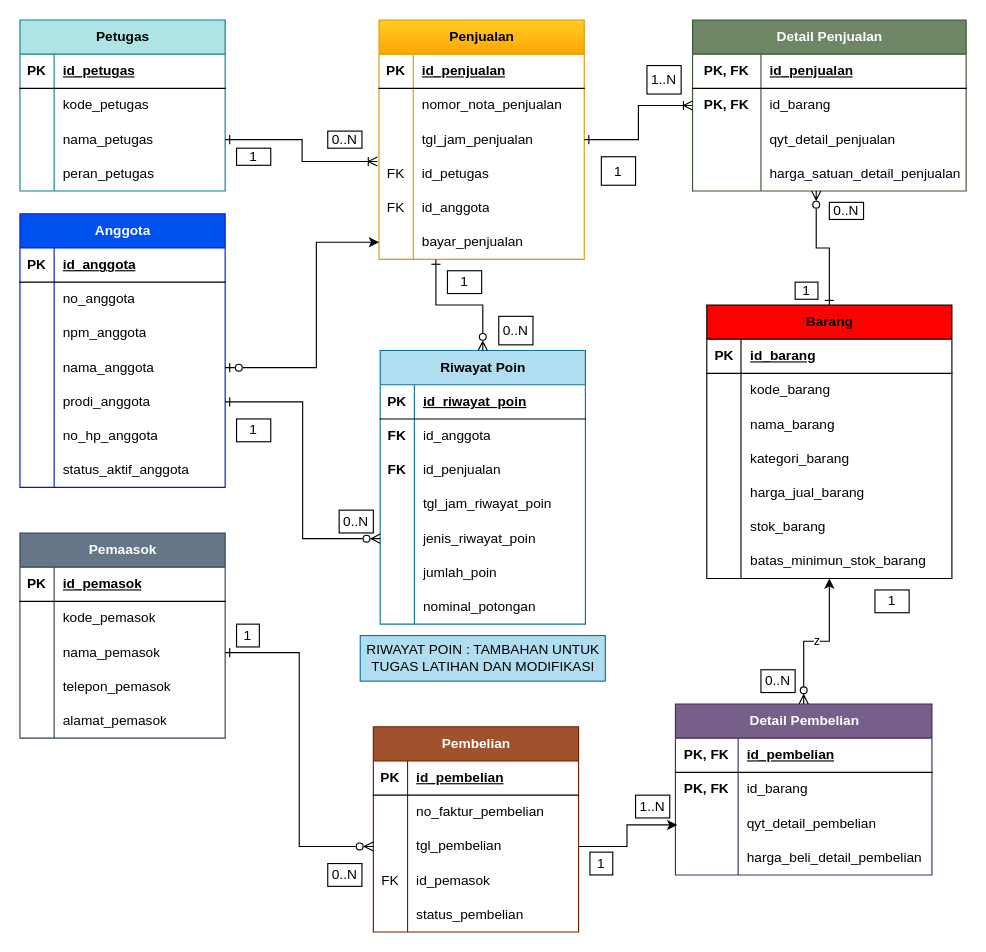
Before: p03_erd_kopma_25430106.drawio in mufidfalihhuda-afk/basisdata--25430106-, a draw.io diagram. Source tidied: cells renumbered, new cells numbered last; positions are measured from the earlier drawing's top-left corner, leaving out a move shared by most shapes. Both pictures are drawn from the tidied source at 114%, with x=0, y=0 at pixel (19, 19).
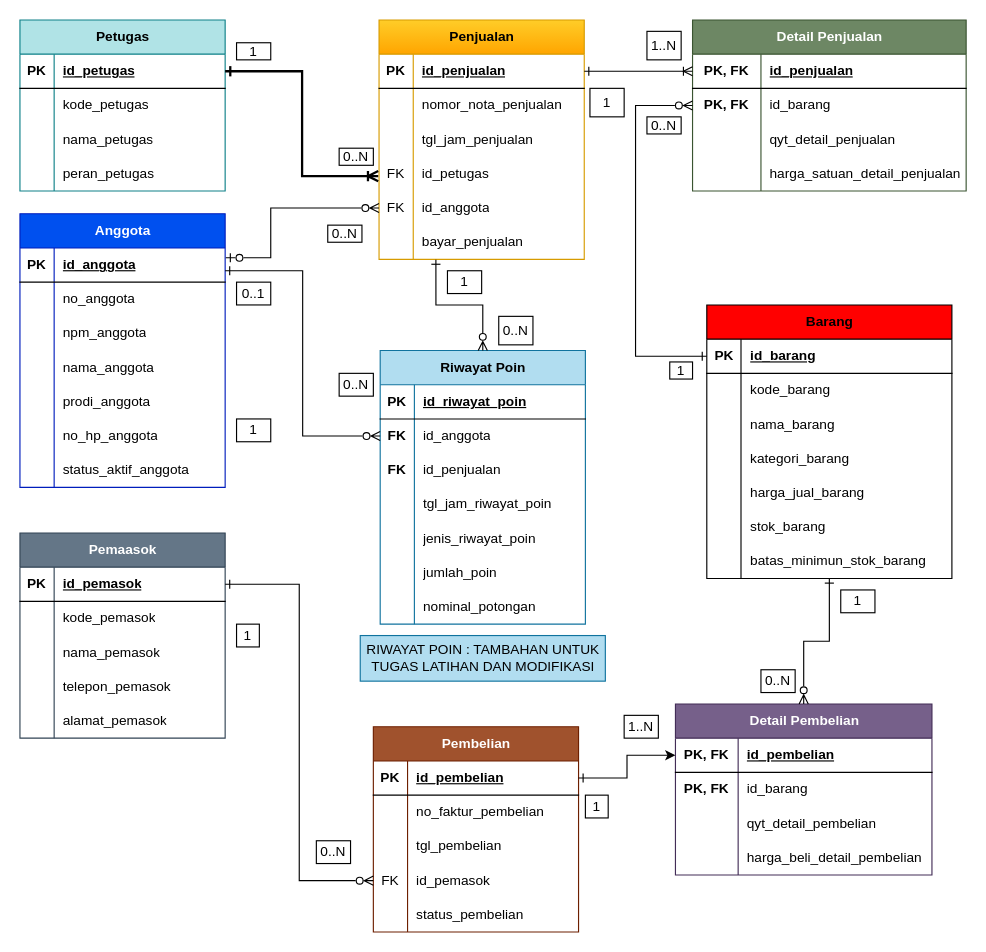
The same diagram, later.

Commit message (it also covers changes not shown here):
p04: normalisasi proyek (perpus)

The change refers to these unchanged cells:
```xml
<mxCell id="3" style="shape=tableRow;horizontal=0;startSize=0;swimlaneHead=0;swimlaneBody=0;fillColor=none;points=[[0,0.5],[1,0.5]];portConstraint=eastwest;top=0;left=0;right=0;bottom=1;" parent="2" vertex="1">
<mxCell id="12" style="shape=tableRow;horizontal=0;startSize=0;swimlaneHead=0;swimlaneBody=0;fillColor=none;points=[[0,0.5],[1,0.5]];portConstraint=eastwest;top=0;left=0;right=0;bottom=0;" parent="2" vertex="1">
<mxCell id="15" style="shape=tableRow;horizontal=0;startSize=0;swimlaneHead=0;swimlaneBody=0;fillColor=none;points=[[0,0.5],[1,0.5]];portConstraint=eastwest;top=0;left=0;right=0;bottom=0;" parent="2" vertex="1">
<mxCell id="24" value="Barang" style="shape=table;startSize=30;childLayout=tableLayout;rowLines=0;fontStyle=1;align=center;html=1;fillColor=light-dark(#FF0000,#FF0000);" parent="1" vertex="1">
<mxCell id="25" style="shape=tableRow;horizontal=0;startSize=0;swimlaneHead=0;swimlaneBody=0;fillColor=none;points=[[0,0.5],[1,0.5]];portConstraint=eastwest;top=0;left=0;right=0;bottom=1;" parent="24" vertex="1">
<mxCell id="43" style="shape=tableRow;horizontal=0;startSize=0;swimlaneHead=0;swimlaneBody=0;fillColor=none;points=[[0,0.5],[1,0.5]];portConstraint=eastwest;top=0;left=0;right=0;bottom=0;" parent="24" vertex="1">
<mxCell id="47" style="shape=tableRow;horizontal=0;startSize=0;swimlaneHead=0;swimlaneBody=0;fillColor=none;points=[[0,0.5],[1,0.5]];portConstraint=eastwest;top=0;left=0;right=0;bottom=1;" parent="46" vertex="1">
<mxCell id="53" style="shape=tableRow;horizontal=0;startSize=0;swimlaneHead=0;swimlaneBody=0;fillColor=none;points=[[0,0.5],[1,0.5]];portConstraint=eastwest;top=0;left=0;right=0;bottom=0;" parent="46" vertex="1">
<mxCell id="56" style="shape=tableRow;horizontal=0;startSize=0;swimlaneHead=0;swimlaneBody=0;fillColor=none;points=[[0,0.5],[1,0.5]];portConstraint=eastwest;top=0;left=0;right=0;bottom=0;" parent="46" vertex="1">
<mxCell id="59" style="shape=tableRow;horizontal=0;startSize=0;swimlaneHead=0;swimlaneBody=0;fillColor=none;points=[[0,0.5],[1,0.5]];portConstraint=eastwest;top=0;left=0;right=0;bottom=0;" parent="46" vertex="1">
<mxCell id="62" style="shape=tableRow;horizontal=0;startSize=0;swimlaneHead=0;swimlaneBody=0;fillColor=none;points=[[0,0.5],[1,0.5]];portConstraint=eastwest;top=0;left=0;right=0;bottom=0;" parent="46" vertex="1">
<mxCell id="66" style="shape=tableRow;horizontal=0;startSize=0;swimlaneHead=0;swimlaneBody=0;fillColor=none;points=[[0,0.5],[1,0.5]];portConstraint=eastwest;top=0;left=0;right=0;bottom=1;" parent="65" vertex="1">
<mxCell id="72" style="shape=tableRow;horizontal=0;startSize=0;swimlaneHead=0;swimlaneBody=0;fillColor=none;points=[[0,0.5],[1,0.5]];portConstraint=eastwest;top=0;left=0;right=0;bottom=0;" parent="65" vertex="1">
<mxCell id="82" style="shape=tableRow;horizontal=0;startSize=0;swimlaneHead=0;swimlaneBody=0;fillColor=none;points=[[0,0.5],[1,0.5]];portConstraint=eastwest;top=0;left=0;right=0;bottom=1;" parent="81" vertex="1">
<mxCell id="88" style="shape=tableRow;horizontal=0;startSize=0;swimlaneHead=0;swimlaneBody=0;fillColor=none;points=[[0,0.5],[1,0.5]];portConstraint=eastwest;top=0;left=0;right=0;bottom=0;" parent="81" vertex="1">
<mxCell id="94" value="Detail Penjualan" style="shape=table;startSize=30;childLayout=tableLayout;rowLines=0;fontStyle=1;align=center;html=1;fillColor=#6d8764;strokeColor=#3A5431;fontColor=#ffffff;" parent="1" vertex="1">
<mxCell id="95" style="shape=tableRow;horizontal=0;startSize=0;swimlaneHead=0;swimlaneBody=0;fillColor=none;points=[[0,0.5],[1,0.5]];portConstraint=eastwest;top=0;left=0;right=0;bottom=1;" parent="94" vertex="1">
<mxCell id="98" style="shape=tableRow;horizontal=0;startSize=0;swimlaneHead=0;swimlaneBody=0;fillColor=none;points=[[0,0.5],[1,0.5]];portConstraint=eastwest;top=0;left=0;right=0;bottom=0;" parent="94" vertex="1">
<mxCell id="104" style="shape=tableRow;horizontal=0;startSize=0;swimlaneHead=0;swimlaneBody=0;fillColor=none;points=[[0,0.5],[1,0.5]];portConstraint=eastwest;top=0;left=0;right=0;bottom=0;" parent="94" vertex="1">
<mxCell id="108" style="shape=tableRow;horizontal=0;startSize=0;swimlaneHead=0;swimlaneBody=0;fillColor=none;points=[[0,0.5],[1,0.5]];portConstraint=eastwest;top=0;left=0;right=0;bottom=1;" parent="107" vertex="1">
<mxCell id="114" style="shape=tableRow;horizontal=0;startSize=0;swimlaneHead=0;swimlaneBody=0;fillColor=none;points=[[0,0.5],[1,0.5]];portConstraint=eastwest;top=0;left=0;right=0;bottom=0;" parent="107" vertex="1">
<mxCell id="117" style="shape=tableRow;horizontal=0;startSize=0;swimlaneHead=0;swimlaneBody=0;fillColor=none;points=[[0,0.5],[1,0.5]];portConstraint=eastwest;top=0;left=0;right=0;bottom=0;" parent="107" vertex="1">
<mxCell id="123" value="Detail Pembelian" style="shape=table;startSize=30;childLayout=tableLayout;rowLines=0;fontStyle=1;align=center;html=1;fillColor=#76608a;fontColor=#ffffff;strokeColor=#432D57;" parent="1" vertex="1">
<mxCell id="124" style="shape=tableRow;horizontal=0;startSize=0;swimlaneHead=0;swimlaneBody=0;fillColor=none;points=[[0,0.5],[1,0.5]];portConstraint=eastwest;top=0;left=0;right=0;bottom=1;" parent="123" vertex="1">
<mxCell id="130" style="shape=tableRow;horizontal=0;startSize=0;swimlaneHead=0;swimlaneBody=0;fillColor=none;points=[[0,0.5],[1,0.5]];portConstraint=eastwest;top=0;left=0;right=0;bottom=0;" parent="123" vertex="1">
<mxCell id="157" style="shape=tableRow;horizontal=0;startSize=0;swimlaneHead=0;swimlaneBody=0;fillColor=none;points=[[0,0.5],[1,0.5]];portConstraint=eastwest;top=0;left=0;right=0;bottom=0;" parent="153" vertex="1">
<mxCell id="166" style="shape=tableRow;horizontal=0;startSize=0;swimlaneHead=0;swimlaneBody=0;fillColor=none;points=[[0,0.5],[1,0.5]];portConstraint=eastwest;top=0;left=0;right=0;bottom=0;" parent="153" vertex="1">
```

Diff of the diagram source:
```diff
@@
-    <mxCell id="136" style="edgeStyle=orthogonalEdgeStyle;rounded=0;jettySize=auto;html=1;exitX=1;exitY=0.5;exitDx=0;exitDy=0;entryX=-0.008;entryY=0.138;entryDx=0;entryDy=0;entryPerimeter=0;startArrow=ERone;startFill=0;endArrow=ERoneToMany;endFill=0;" parent="1" edge="1" source="88" target="56">
-      <mxGeometry relative="1" as="geometry" />
+    <mxCell id="136" style="edgeStyle=orthogonalEdgeStyle;rounded=0;jettySize=auto;html=1;exitX=1;exitY=0.5;exitDx=0;exitDy=0;entryX=-0.004;entryY=0.567;entryDx=0;entryDy=0;entryPerimeter=0;startArrow=ERone;startFill=0;endArrow=ERoneToMany;endFill=0;fontSize=12;strokeWidth=2;" parent="1" edge="1" source="82" target="56">
+      <mxGeometry x="0.2" relative="1" as="geometry" />
     </mxCell>
-    <mxCell id="137" style="edgeStyle=orthogonalEdgeStyle;rounded=0;jettySize=auto;html=1;exitX=1;exitY=0.5;exitDx=0;exitDy=0;startArrow=ERzeroToOne;startFill=0;" parent="1" edge="1" source="12" target="62">
-      <mxGeometry relative="1" as="geometry">
+    <mxCell id="137" style="edgeStyle=orthogonalEdgeStyle;rounded=0;jettySize=auto;html=1;exitX=1.003;exitY=0.288;exitDx=0;exitDy=0;startArrow=ERzeroToOne;startFill=0;exitPerimeter=0;entryX=0;entryY=0.5;entryDx=0;entryDy=0;endArrow=ERzeroToMany;endFill=0;" parent="1" edge="1" source="3" target="59">
+      <mxGeometry x="-0.36" relative="1" as="geometry">
         <Array as="points">
-          <mxPoint x="260" y="305" />
-          <mxPoint x="260" y="195" />
+          <mxPoint x="220" y="208.6" />
+          <mxPoint x="220" y="165" />
         </Array>
       </mxGeometry>
     </mxCell>
-    <mxCell id="138" style="edgeStyle=orthogonalEdgeStyle;rounded=0;jettySize=auto;html=1;exitX=1;exitY=0.5;exitDx=0;exitDy=0;entryX=0;entryY=0.5;entryDx=0;entryDy=0;startArrow=ERone;startFill=0;endArrow=ERoneToMany;endFill=0;" parent="1" edge="1" source="53" target="94">
+    <mxCell id="138" style="edgeStyle=orthogonalEdgeStyle;rounded=0;jettySize=auto;html=1;exitX=1;exitY=0.5;exitDx=0;exitDy=0;startArrow=ERone;startFill=0;endArrow=ERoneToMany;endFill=0;" parent="1" edge="1" source="47" target="95">
       <mxGeometry relative="1" as="geometry" />
     </mxCell>
     <mxCell id="139" value="1" style="whiteSpace=wrap;html=1;" parent="1" vertex="1">
-      <mxGeometry x="510" y="120" width="30" height="25" as="geometry" />
+      <mxGeometry x="500" y="60" width="30" height="25" as="geometry" />
     </mxCell>
     <mxCell id="140" value="1..N" style="whiteSpace=wrap;html=1;" parent="1" vertex="1">
-      <mxGeometry x="550" y="40" width="30" height="25" as="geometry" />
+      <mxGeometry x="550" y="10" width="30" height="25" as="geometry" />
     </mxCell>
-    <mxCell id="141" style="edgeStyle=orthogonalEdgeStyle;rounded=0;jettySize=auto;html=1;entryX=0.452;entryY=1;entryDx=0;entryDy=0;entryPerimeter=0;startArrow=ERone;startFill=0;endArrow=ERzeroToMany;endFill=0;" parent="1" edge="1" source="24" target="104">
-      <mxGeometry relative="1" as="geometry" />
-    </mxCell>
     <mxCell id="142" value="0..N" style="whiteSpace=wrap;html=1;" parent="1" vertex="1">
-      <mxGeometry x="710" y="160" width="30" height="15" as="geometry" />
+      <mxGeometry x="550" y="85" width="30" height="15" as="geometry" />
     </mxCell>
     <mxCell id="143" value="1" style="whiteSpace=wrap;html=1;" parent="1" vertex="1">
-      <mxGeometry x="680" y="230" width="20" height="15" as="geometry" />
+      <mxGeometry x="570" y="300" width="20" height="15" as="geometry" />
     </mxCell>
-    <mxCell id="144" style="edgeStyle=orthogonalEdgeStyle;rounded=0;jettySize=auto;html=1;exitX=1;exitY=0.5;exitDx=0;exitDy=0;entryX=0;entryY=0.5;entryDx=0;entryDy=0;startArrow=ERone;startFill=0;endArrow=ERzeroToMany;endFill=0;" parent="1" edge="1" source="72" target="114">
-      <mxGeometry x="0.01" relative="1" as="geometry" />
+    <mxCell id="144" style="edgeStyle=orthogonalEdgeStyle;rounded=0;jettySize=auto;html=1;exitX=1;exitY=0.5;exitDx=0;exitDy=0;entryX=0;entryY=0.5;entryDx=0;entryDy=0;startArrow=ERone;startFill=0;endArrow=ERzeroToMany;endFill=0;" parent="1" edge="1" source="66" target="117">
+      <mxGeometry x="0.08" relative="1" as="geometry" />
     </mxCell>
@@
     <mxCell id="146" value="0..N" style="whiteSpace=wrap;html=1;" parent="1" vertex="1">
-      <mxGeometry x="270" y="740" width="30" height="20" as="geometry" />
+      <mxGeometry x="260" y="720" width="30" height="20" as="geometry" />
     </mxCell>
     <mxCell id="147" value="1" style="whiteSpace=wrap;html=1;" parent="1" vertex="1">
-      <mxGeometry x="500" y="730" width="20" height="20" as="geometry" />
+      <mxGeometry x="496" y="680" width="20" height="20" as="geometry" />
     </mxCell>
     <mxCell id="148" value="1..N" style="whiteSpace=wrap;html=1;" parent="1" vertex="1">
-      <mxGeometry x="540" y="680" width="30" height="20" as="geometry" />
+      <mxGeometry x="530" y="610" width="30" height="20" as="geometry" />
     </mxCell>
     <mxCell id="149" value="1" style="whiteSpace=wrap;html=1;" parent="1" vertex="1">
-      <mxGeometry x="750" y="500" width="30" height="20" as="geometry" />
+      <mxGeometry x="720" y="500" width="30" height="20" as="geometry" />
     </mxCell>
@@
     <mxCell id="151" value="0..N" style="whiteSpace=wrap;html=1;" parent="1" vertex="1">
-      <mxGeometry x="270" y="97.5" width="30" height="15" as="geometry" />
+      <mxGeometry x="280" y="112.5" width="30" height="15" as="geometry" />
     </mxCell>
     <mxCell id="152" value="1" style="whiteSpace=wrap;html=1;" parent="1" vertex="1">
-      <mxGeometry x="190" y="112.5" width="30" height="15" as="geometry" />
+      <mxGeometry x="190" y="20" width="30" height="15" as="geometry" />
     </mxCell>
@@
-    <mxCell id="175" style="edgeStyle=orthogonalEdgeStyle;rounded=0;jettySize=auto;html=1;exitX=1;exitY=0.5;exitDx=0;exitDy=0;entryX=0.007;entryY=0.537;entryDx=0;entryDy=0;entryPerimeter=0;" parent="1" edge="1" source="114" target="130">
-      <mxGeometry relative="1" as="geometry" />
+    <mxCell id="175" style="edgeStyle=orthogonalEdgeStyle;rounded=0;jettySize=auto;html=1;exitX=1;exitY=0.5;exitDx=0;exitDy=0;entryX=0;entryY=0.5;entryDx=0;entryDy=0;startArrow=ERone;startFill=0;" parent="1" edge="1" source="108" target="124">
+      <mxGeometry x="0.07" relative="1" as="geometry" />
     </mxCell>
-    <mxCell id="176" style="edgeStyle=orthogonalEdgeStyle;rounded=0;jettySize=auto;html=1;exitX=1;exitY=0.5;exitDx=0;exitDy=0;entryX=0;entryY=0.5;entryDx=0;entryDy=0;startArrow=ERone;startFill=0;endArrow=ERzeroToMany;endFill=0;" parent="1" edge="1" source="15" target="166">
-      <mxGeometry relative="1" as="geometry" />
+    <mxCell id="176" style="edgeStyle=orthogonalEdgeStyle;rounded=0;jettySize=auto;html=1;exitX=1;exitY=0.667;exitDx=0;exitDy=0;entryX=0;entryY=0.5;entryDx=0;entryDy=0;startArrow=ERone;startFill=0;endArrow=ERzeroToMany;endFill=0;exitPerimeter=0;" parent="1" edge="1" source="3" target="157">
+      <mxGeometry x="0.31" relative="1" as="geometry" />
     </mxCell>
@@
     <mxCell id="179" value="0..N" style="whiteSpace=wrap;html=1;" parent="1" vertex="1">
-      <mxGeometry x="280" y="430" width="30" height="20" as="geometry" />
+      <mxGeometry x="280" y="310" width="30" height="20" as="geometry" />
     </mxCell>
@@
-    <mxCell id="183" value="z" style="edgeStyle=orthogonalEdgeStyle;rounded=0;jettySize=auto;html=1;exitX=0.5;exitY=0;exitDx=0;exitDy=0;entryX=0.5;entryY=1;entryDx=0;entryDy=0;entryPerimeter=0;startArrow=ERzeroToMany;startFill=0;" parent="1" edge="1" source="123" target="43">
+    <mxCell id="183" style="edgeStyle=orthogonalEdgeStyle;rounded=0;jettySize=auto;html=1;exitX=0.5;exitY=0;exitDx=0;exitDy=0;entryX=0.5;entryY=1;entryDx=0;entryDy=0;entryPerimeter=0;startArrow=ERzeroToMany;startFill=0;endArrow=ERone;endFill=0;" parent="1" edge="1" source="123" target="43">
       <mxGeometry relative="1" as="geometry" />
     </mxCell>
+    <mxCell id="184" value="0..1" style="whiteSpace=wrap;html=1;" parent="1" vertex="1">
+      <mxGeometry x="190" y="230" width="30" height="20" as="geometry" />
+    </mxCell>
+    <mxCell id="185" value="0..N" style="whiteSpace=wrap;html=1;" parent="1" vertex="1">
+      <mxGeometry x="270" y="180" width="30" height="15" as="geometry" />
+    </mxCell>
+    <mxCell id="186" style="edgeStyle=orthogonalEdgeStyle;rounded=0;jettySize=auto;html=1;exitX=0;exitY=0.5;exitDx=0;exitDy=0;entryX=0;entryY=0.5;entryDx=0;entryDy=0;endArrow=ERzeroToMany;endFill=0;startArrow=ERone;startFill=0;" parent="1" edge="1" source="25" target="98">
+      <mxGeometry x="-0.01" relative="1" as="geometry">
+        <Array as="points">
+          <mxPoint x="540" y="295" />
+          <mxPoint x="540" y="75" />
+        </Array>
+      </mxGeometry>
+    </mxCell>
```
